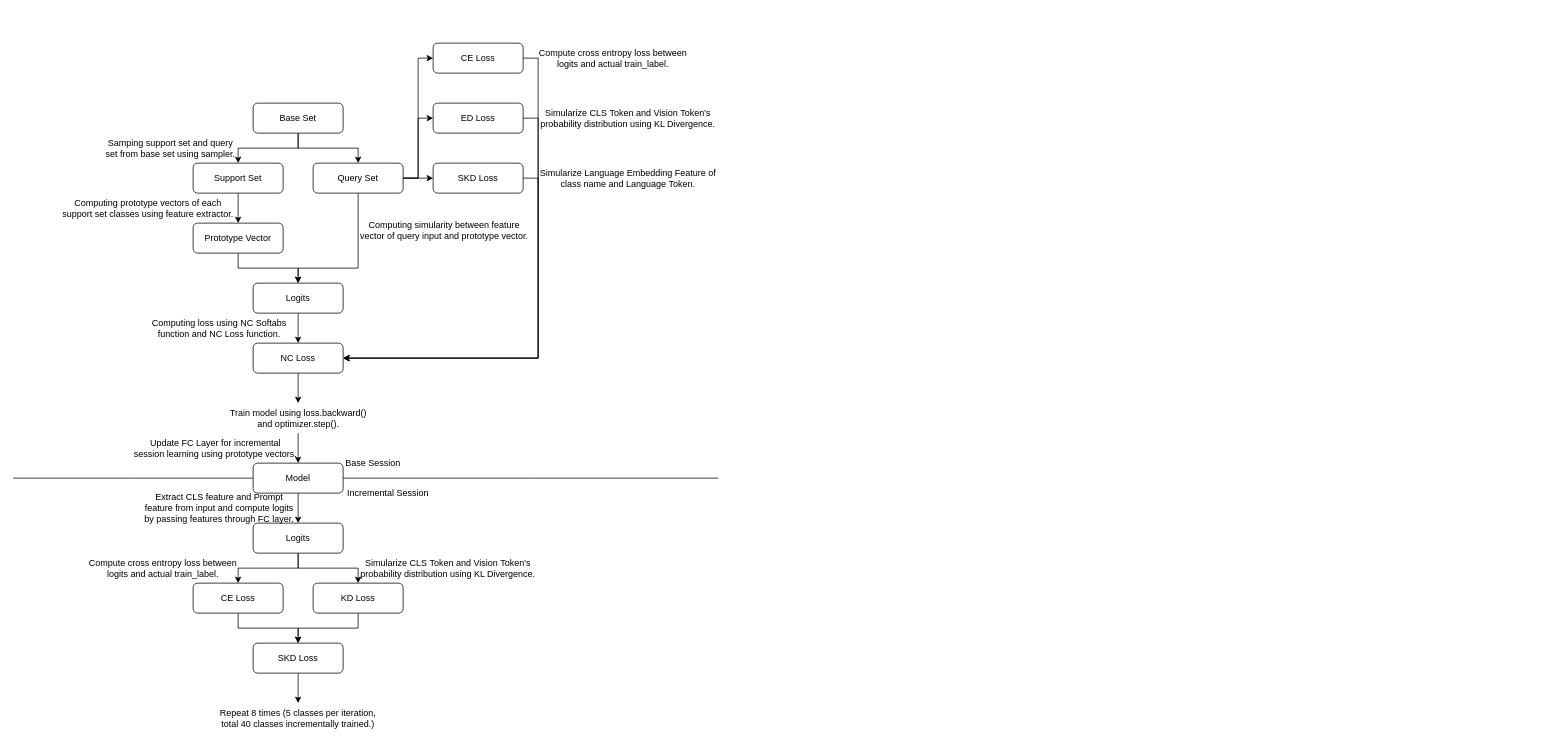
The draw.io diagram 제목 없는 다이어그램.drawio in jeong-ho-lee/projectClue, before the edit. Source tidied: cells renumbered, new cells numbered last; positions are measured from the earlier drawing's top-left corner, leaving out a move shared by most shapes. Both pictures are drawn from the tidied source at 75%, with x=0, y=0 at pixel (13, 43).
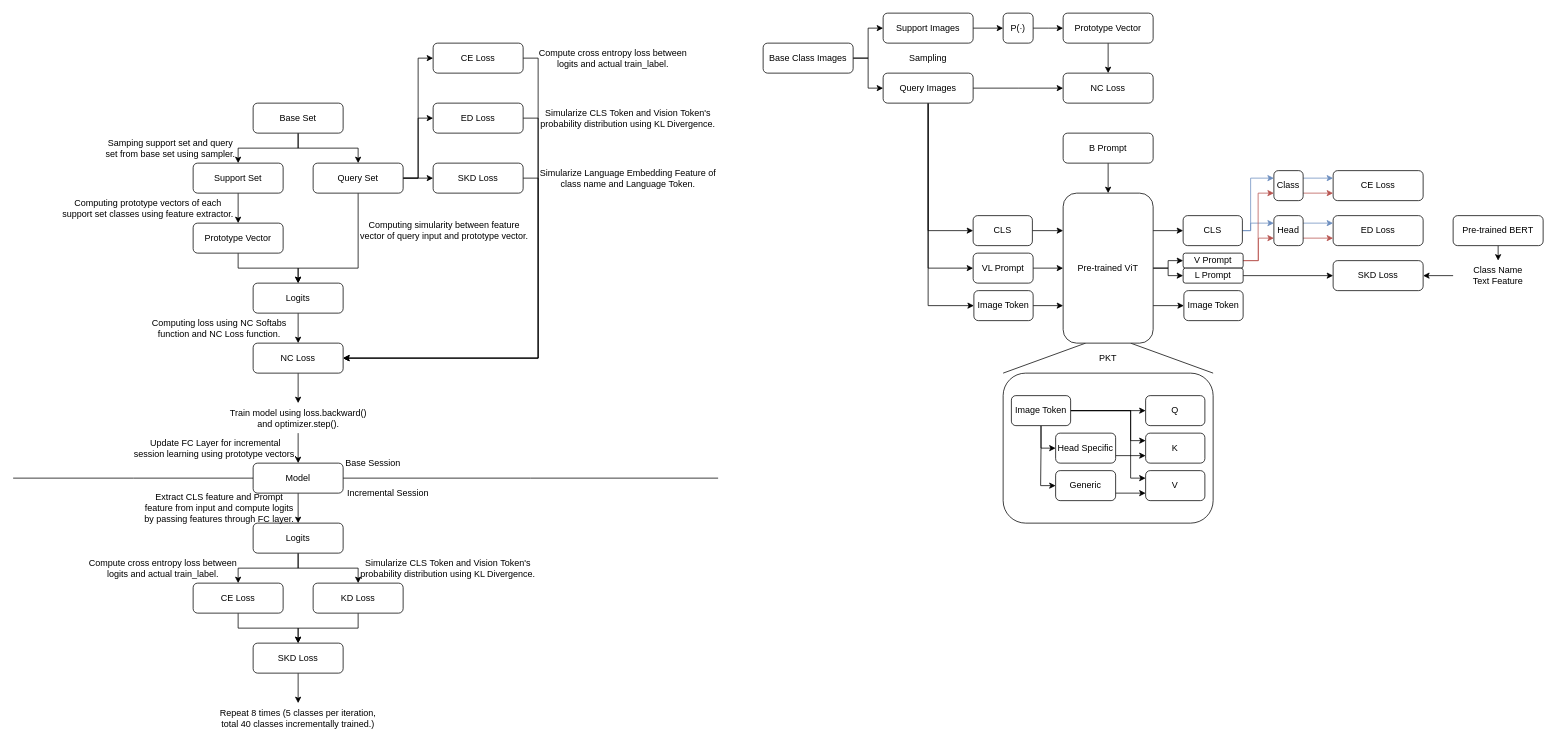
The same diagram, later.

Commit message:
제목 없는 다이어그램.drawio 업데이트

Change to the diagram source:
```diff
@@
+    <mxCell id="53" style="edgeStyle=orthogonalEdgeStyle;rounded=0;jettySize=auto;html=1;exitX=1;exitY=0.5;exitDx=0;exitDy=0;entryX=0;entryY=0.5;entryDx=0;entryDy=0;" parent="1" edge="1" source="55" target="57">
+      <mxGeometry relative="1" as="geometry" />
+    </mxCell>
+    <mxCell id="54" style="edgeStyle=orthogonalEdgeStyle;rounded=0;jettySize=auto;html=1;exitX=1;exitY=0.5;exitDx=0;exitDy=0;entryX=0;entryY=0.5;entryDx=0;entryDy=0;" parent="1" edge="1" source="55" target="62">
+      <mxGeometry relative="1" as="geometry" />
+    </mxCell>
+    <mxCell id="55" value="Base Class Images" style="rounded=1;whiteSpace=wrap;html=1;" parent="1" vertex="1">
+      <mxGeometry x="1000" width="120" height="40" as="geometry" />
+    </mxCell>
+    <mxCell id="56" style="edgeStyle=orthogonalEdgeStyle;rounded=0;jettySize=auto;html=1;exitX=1;exitY=0.5;exitDx=0;exitDy=0;entryX=0;entryY=0.5;entryDx=0;entryDy=0;" parent="1" edge="1" source="57" target="65">
+      <mxGeometry relative="1" as="geometry" />
+    </mxCell>
+    <mxCell id="57" value="Support Images" style="rounded=1;whiteSpace=wrap;html=1;" parent="1" vertex="1">
+      <mxGeometry x="1160" y="-40" width="120" height="40" as="geometry" />
+    </mxCell>
+    <mxCell id="58" style="edgeStyle=orthogonalEdgeStyle;rounded=0;jettySize=auto;html=1;exitX=1;exitY=0.5;exitDx=0;exitDy=0;" parent="1" edge="1" source="62">
+      <mxGeometry relative="1" as="geometry">
+        <mxPoint x="1400" y="60" as="targetPoint" />
+      </mxGeometry>
+    </mxCell>
+    <mxCell id="59" style="edgeStyle=orthogonalEdgeStyle;rounded=0;jettySize=auto;html=1;exitX=0.5;exitY=1;exitDx=0;exitDy=0;entryX=0;entryY=0.5;entryDx=0;entryDy=0;" parent="1" edge="1" source="62" target="77">
+      <mxGeometry relative="1" as="geometry" />
+    </mxCell>
+    <mxCell id="60" style="edgeStyle=orthogonalEdgeStyle;rounded=0;jettySize=auto;html=1;exitX=0.5;exitY=1;exitDx=0;exitDy=0;entryX=0;entryY=0.5;entryDx=0;entryDy=0;" parent="1" edge="1" source="62" target="81">
+      <mxGeometry relative="1" as="geometry" />
+    </mxCell>
+    <mxCell id="61" style="edgeStyle=orthogonalEdgeStyle;rounded=0;jettySize=auto;html=1;exitX=0.5;exitY=1;exitDx=0;exitDy=0;entryX=0;entryY=0.5;entryDx=0;entryDy=0;" parent="1" edge="1" source="62" target="79">
+      <mxGeometry relative="1" as="geometry" />
+    </mxCell>
+    <mxCell id="62" value="Query Images" style="rounded=1;whiteSpace=wrap;html=1;" parent="1" vertex="1">
+      <mxGeometry x="1160" y="40" width="120" height="40" as="geometry" />
+    </mxCell>
+    <mxCell id="63" value="Sampling" style="text;html=1;align=center;verticalAlign=middle;whiteSpace=wrap;rounded=0;" parent="1" vertex="1">
+      <mxGeometry x="1160" width="120" height="40" as="geometry" />
+    </mxCell>
+    <mxCell id="64" style="edgeStyle=orthogonalEdgeStyle;rounded=0;jettySize=auto;html=1;exitX=1;exitY=0.5;exitDx=0;exitDy=0;" parent="1" edge="1" source="65">
+      <mxGeometry relative="1" as="geometry">
+        <mxPoint x="1400" y="-20" as="targetPoint" />
+      </mxGeometry>
+    </mxCell>
+    <mxCell id="65" value="P(∙)" style="rounded=1;whiteSpace=wrap;html=1;" parent="1" vertex="1">
+      <mxGeometry x="1320" y="-40" width="40" height="40" as="geometry" />
+    </mxCell>
+    <mxCell id="66" style="edgeStyle=orthogonalEdgeStyle;rounded=0;jettySize=auto;html=1;exitX=0.5;exitY=1;exitDx=0;exitDy=0;entryX=0.5;entryY=0;entryDx=0;entryDy=0;" parent="1" edge="1" source="67" target="68">
+      <mxGeometry relative="1" as="geometry" />
+    </mxCell>
+    <mxCell id="67" value="Prototype Vector" style="rounded=1;whiteSpace=wrap;html=1;" parent="1" vertex="1">
+      <mxGeometry x="1400" y="-40" width="120" height="40" as="geometry" />
+    </mxCell>
+    <mxCell id="68" value="NC Loss" style="rounded=1;whiteSpace=wrap;html=1;" parent="1" vertex="1">
+      <mxGeometry x="1400" y="40" width="120" height="40" as="geometry" />
+    </mxCell>
+    <mxCell id="69" style="rounded=0;jettySize=auto;html=1;exitX=0.25;exitY=1;exitDx=0;exitDy=0;entryX=0;entryY=0;entryDx=0;entryDy=0;endArrow=none;endFill=0;" parent="1" edge="1" source="75" target="84">
+      <mxGeometry relative="1" as="geometry" />
+    </mxCell>
+    <mxCell id="70" style="rounded=0;jettySize=auto;html=1;exitX=0.75;exitY=1;exitDx=0;exitDy=0;entryX=1;entryY=0;entryDx=0;entryDy=0;endArrow=none;endFill=0;" parent="1" edge="1" source="75" target="84">
+      <mxGeometry relative="1" as="geometry" />
+    </mxCell>
+    <mxCell id="71" style="edgeStyle=orthogonalEdgeStyle;rounded=0;jettySize=auto;html=1;exitX=1;exitY=0.5;exitDx=0;exitDy=0;entryX=0;entryY=0.5;entryDx=0;entryDy=0;" parent="1" edge="1" source="75" target="105">
+      <mxGeometry relative="1" as="geometry" />
+    </mxCell>
+    <mxCell id="72" style="edgeStyle=orthogonalEdgeStyle;rounded=0;jettySize=auto;html=1;exitX=1;exitY=0.25;exitDx=0;exitDy=0;entryX=0;entryY=0.5;entryDx=0;entryDy=0;" parent="1" edge="1" source="75" target="101">
+      <mxGeometry relative="1" as="geometry" />
+    </mxCell>
+    <mxCell id="73" style="edgeStyle=orthogonalEdgeStyle;rounded=0;jettySize=auto;html=1;exitX=1;exitY=0.75;exitDx=0;exitDy=0;entryX=0;entryY=0.5;entryDx=0;entryDy=0;" parent="1" edge="1" source="75" target="102">
+      <mxGeometry relative="1" as="geometry" />
+    </mxCell>
+    <mxCell id="74" style="edgeStyle=orthogonalEdgeStyle;rounded=0;jettySize=auto;html=1;exitX=1;exitY=0.5;exitDx=0;exitDy=0;entryX=0;entryY=0.5;entryDx=0;entryDy=0;" parent="1" edge="1" source="75" target="112">
+      <mxGeometry relative="1" as="geometry" />
+    </mxCell>
+    <mxCell id="75" value="Pre-trained ViT" style="rounded=1;whiteSpace=wrap;html=1;" parent="1" vertex="1">
+      <mxGeometry x="1400" y="200" width="120" height="200" as="geometry" />
+    </mxCell>
+    <mxCell id="76" style="edgeStyle=orthogonalEdgeStyle;rounded=0;jettySize=auto;html=1;exitX=1;exitY=0.5;exitDx=0;exitDy=0;entryX=0;entryY=0.25;entryDx=0;entryDy=0;" parent="1" edge="1" source="77" target="75">
+      <mxGeometry relative="1" as="geometry" />
+    </mxCell>
+    <mxCell id="77" value="CLS" style="rounded=1;whiteSpace=wrap;html=1;" parent="1" vertex="1">
+      <mxGeometry x="1280" y="230" width="79" height="40" as="geometry" />
+    </mxCell>
+    <mxCell id="78" style="edgeStyle=orthogonalEdgeStyle;rounded=0;jettySize=auto;html=1;exitX=1;exitY=0.5;exitDx=0;exitDy=0;entryX=0;entryY=0.75;entryDx=0;entryDy=0;" parent="1" edge="1" source="79" target="75">
+      <mxGeometry relative="1" as="geometry" />
+    </mxCell>
+    <mxCell id="79" value="Image Token" style="rounded=1;whiteSpace=wrap;html=1;" parent="1" vertex="1">
+      <mxGeometry x="1281" y="330" width="79" height="40" as="geometry" />
+    </mxCell>
+    <mxCell id="80" style="edgeStyle=orthogonalEdgeStyle;rounded=0;jettySize=auto;html=1;exitX=1;exitY=0.5;exitDx=0;exitDy=0;entryX=0;entryY=0.5;entryDx=0;entryDy=0;" parent="1" edge="1" source="81" target="75">
+      <mxGeometry relative="1" as="geometry" />
+    </mxCell>
+    <mxCell id="81" value="VL Prompt" style="rounded=1;whiteSpace=wrap;html=1;" parent="1" vertex="1">
+      <mxGeometry x="1280" y="280" width="80" height="40" as="geometry" />
+    </mxCell>
+    <mxCell id="82" style="edgeStyle=orthogonalEdgeStyle;rounded=0;jettySize=auto;html=1;exitX=0.5;exitY=1;exitDx=0;exitDy=0;entryX=0.5;entryY=0;entryDx=0;entryDy=0;" parent="1" edge="1" source="83" target="75">
+      <mxGeometry relative="1" as="geometry" />
+    </mxCell>
+    <mxCell id="83" value="B Prompt" style="rounded=1;whiteSpace=wrap;html=1;" parent="1" vertex="1">
+      <mxGeometry x="1400" y="120" width="120" height="40" as="geometry" />
+    </mxCell>
+    <mxCell id="84" style="rounded=1;whiteSpace=wrap;html=1;" parent="1" vertex="1">
+      <mxGeometry x="1320" y="440" width="280" height="200" as="geometry" />
+    </mxCell>
+    <mxCell id="85" value="PKT" style="text;html=1;align=center;verticalAlign=middle;whiteSpace=wrap;rounded=0;" parent="1" vertex="1">
+      <mxGeometry x="1400" y="400" width="120" height="40" as="geometry" />
+    </mxCell>
+    <mxCell id="86" style="edgeStyle=orthogonalEdgeStyle;rounded=0;jettySize=auto;html=1;exitX=0.5;exitY=1;exitDx=0;exitDy=0;entryX=0;entryY=0.5;entryDx=0;entryDy=0;" parent="1" edge="1" source="91" target="93">
+      <mxGeometry relative="1" as="geometry">
+        <Array as="points">
+          <mxPoint x="1371" y="540" />
+        </Array>
+      </mxGeometry>
+    </mxCell>
+    <mxCell id="87" style="edgeStyle=orthogonalEdgeStyle;rounded=0;jettySize=auto;html=1;exitX=0.5;exitY=1;exitDx=0;exitDy=0;entryX=0;entryY=0.5;entryDx=0;entryDy=0;" parent="1" edge="1" source="91" target="95">
+      <mxGeometry relative="1" as="geometry" />
+    </mxCell>
+    <mxCell id="88" style="edgeStyle=orthogonalEdgeStyle;rounded=0;jettySize=auto;html=1;exitX=1;exitY=0.5;exitDx=0;exitDy=0;entryX=0;entryY=0.5;entryDx=0;entryDy=0;" parent="1" edge="1" source="91" target="96">
+      <mxGeometry relative="1" as="geometry" />
+    </mxCell>
+    <mxCell id="89" style="edgeStyle=orthogonalEdgeStyle;rounded=0;jettySize=auto;html=1;exitX=1;exitY=0.5;exitDx=0;exitDy=0;entryX=0;entryY=0.25;entryDx=0;entryDy=0;" parent="1" edge="1" source="91" target="97">
+      <mxGeometry relative="1" as="geometry">
+        <Array as="points">
+          <mxPoint x="1490" y="490" />
+          <mxPoint x="1490" y="530" />
+        </Array>
+      </mxGeometry>
+    </mxCell>
+    <mxCell id="90" style="edgeStyle=orthogonalEdgeStyle;rounded=0;jettySize=auto;html=1;exitX=1;exitY=0.5;exitDx=0;exitDy=0;entryX=0;entryY=0.25;entryDx=0;entryDy=0;" parent="1" edge="1" source="91" target="98">
+      <mxGeometry relative="1" as="geometry">
+        <Array as="points">
+          <mxPoint x="1490" y="490" />
+          <mxPoint x="1490" y="580" />
+        </Array>
+      </mxGeometry>
+    </mxCell>
+    <mxCell id="91" value="Image Token" style="rounded=1;whiteSpace=wrap;html=1;" parent="1" vertex="1">
+      <mxGeometry x="1331" y="470" width="79" height="40" as="geometry" />
+    </mxCell>
+    <mxCell id="92" style="edgeStyle=orthogonalEdgeStyle;rounded=0;jettySize=auto;html=1;exitX=1;exitY=0.75;exitDx=0;exitDy=0;entryX=0;entryY=0.75;entryDx=0;entryDy=0;" parent="1" edge="1" source="93" target="97">
+      <mxGeometry relative="1" as="geometry" />
+    </mxCell>
+    <mxCell id="93" value="Head Specific" style="rounded=1;whiteSpace=wrap;html=1;" parent="1" vertex="1">
+      <mxGeometry x="1390" y="520" width="80" height="40" as="geometry" />
+    </mxCell>
+    <mxCell id="94" style="edgeStyle=orthogonalEdgeStyle;rounded=0;jettySize=auto;html=1;exitX=1;exitY=0.75;exitDx=0;exitDy=0;entryX=0;entryY=0.75;entryDx=0;entryDy=0;" parent="1" edge="1" source="95" target="98">
+      <mxGeometry relative="1" as="geometry" />
+    </mxCell>
+    <mxCell id="95" value="Generic" style="rounded=1;whiteSpace=wrap;html=1;" parent="1" vertex="1">
+      <mxGeometry x="1390" y="570" width="80" height="40" as="geometry" />
+    </mxCell>
+    <mxCell id="96" value="Q" style="rounded=1;whiteSpace=wrap;html=1;" parent="1" vertex="1">
+      <mxGeometry x="1510" y="470" width="79" height="40" as="geometry" />
+    </mxCell>
+    <mxCell id="97" value="K" style="rounded=1;whiteSpace=wrap;html=1;" parent="1" vertex="1">
+      <mxGeometry x="1510" y="520" width="79" height="40" as="geometry" />
+    </mxCell>
+    <mxCell id="98" value="V" style="rounded=1;whiteSpace=wrap;html=1;" parent="1" vertex="1">
+      <mxGeometry x="1510" y="570" width="79" height="40" as="geometry" />
+    </mxCell>
+    <mxCell id="99" style="edgeStyle=orthogonalEdgeStyle;rounded=0;jettySize=auto;html=1;exitX=1;exitY=0.5;exitDx=0;exitDy=0;entryX=0;entryY=0.25;entryDx=0;entryDy=0;fillColor=#dae8fc;strokeColor=#6c8ebf;" parent="1" edge="1" source="101" target="120">
+      <mxGeometry relative="1" as="geometry">
+        <Array as="points">
+          <mxPoint x="1650" y="250" />
+          <mxPoint x="1650" y="180" />
+          <mxPoint x="1681" y="180" />
+        </Array>
+      </mxGeometry>
+    </mxCell>
+    <mxCell id="100" style="edgeStyle=orthogonalEdgeStyle;rounded=0;jettySize=auto;html=1;exitX=1;exitY=0.5;exitDx=0;exitDy=0;entryX=0;entryY=0.25;entryDx=0;entryDy=0;fillColor=#dae8fc;strokeColor=#6c8ebf;" parent="1" edge="1" source="101" target="117">
+      <mxGeometry relative="1" as="geometry">
+        <Array as="points">
+          <mxPoint x="1650" y="250" />
+          <mxPoint x="1650" y="240" />
+        </Array>
+      </mxGeometry>
+    </mxCell>
+    <mxCell id="101" value="CLS" style="rounded=1;whiteSpace=wrap;html=1;" parent="1" vertex="1">
+      <mxGeometry x="1560" y="230" width="79" height="40" as="geometry" />
+    </mxCell>
+    <mxCell id="102" value="Image Token" style="rounded=1;whiteSpace=wrap;html=1;" parent="1" vertex="1">
+      <mxGeometry x="1561" y="330" width="79" height="40" as="geometry" />
+    </mxCell>
+    <mxCell id="103" style="edgeStyle=orthogonalEdgeStyle;rounded=0;jettySize=auto;html=1;exitX=1;exitY=0.5;exitDx=0;exitDy=0;entryX=0;entryY=0.75;entryDx=0;entryDy=0;fillColor=#f8cecc;strokeColor=#b85450;" parent="1" edge="1" source="105" target="120">
+      <mxGeometry relative="1" as="geometry">
+        <Array as="points">
+          <mxPoint x="1660" y="290" />
+          <mxPoint x="1660" y="200" />
+          <mxPoint x="1681" y="200" />
+        </Array>
+      </mxGeometry>
+    </mxCell>
+    <mxCell id="104" style="edgeStyle=orthogonalEdgeStyle;rounded=0;jettySize=auto;html=1;exitX=1;exitY=0.5;exitDx=0;exitDy=0;entryX=0;entryY=0.75;entryDx=0;entryDy=0;fillColor=#f8cecc;strokeColor=#b85450;" parent="1" edge="1" source="105" target="117">
+      <mxGeometry relative="1" as="geometry" />
+    </mxCell>
+    <mxCell id="105" value="V Prompt" style="rounded=1;whiteSpace=wrap;html=1;" parent="1" vertex="1">
+      <mxGeometry x="1560" y="280" width="80" height="20" as="geometry" />
+    </mxCell>
+    <mxCell id="106" value="CE Loss" style="rounded=1;whiteSpace=wrap;html=1;" parent="1" vertex="1">
+      <mxGeometry x="1760" y="170" width="120" height="40" as="geometry" />
+    </mxCell>
+    <mxCell id="107" style="edgeStyle=orthogonalEdgeStyle;rounded=0;jettySize=auto;html=1;exitX=0.5;exitY=1;exitDx=0;exitDy=0;entryX=0.5;entryY=0;entryDx=0;entryDy=0;" parent="1" edge="1" source="108" target="110">
+      <mxGeometry relative="1" as="geometry" />
+    </mxCell>
+    <mxCell id="108" value="Pre-trained BERT" style="rounded=1;whiteSpace=wrap;html=1;" parent="1" vertex="1">
+      <mxGeometry x="1920" y="230" width="120" height="40" as="geometry" />
+    </mxCell>
+    <mxCell id="109" style="edgeStyle=orthogonalEdgeStyle;rounded=0;jettySize=auto;html=1;exitX=0;exitY=0.5;exitDx=0;exitDy=0;entryX=1;entryY=0.5;entryDx=0;entryDy=0;" parent="1" edge="1" source="110" target="113">
+      <mxGeometry relative="1" as="geometry" />
+    </mxCell>
+    <mxCell id="110" value="Class Name&lt;div&gt;Text Feature&lt;/div&gt;" style="text;html=1;align=center;verticalAlign=middle;whiteSpace=wrap;rounded=0;" parent="1" vertex="1">
+      <mxGeometry x="1920" y="290" width="120" height="40" as="geometry" />
+    </mxCell>
+    <mxCell id="111" style="edgeStyle=orthogonalEdgeStyle;rounded=0;jettySize=auto;html=1;exitX=1;exitY=0.5;exitDx=0;exitDy=0;entryX=0;entryY=0.5;entryDx=0;entryDy=0;" parent="1" edge="1" source="112" target="113">
+      <mxGeometry relative="1" as="geometry" />
+    </mxCell>
+    <mxCell id="112" value="L Prompt" style="rounded=1;whiteSpace=wrap;html=1;" parent="1" vertex="1">
+      <mxGeometry x="1560" y="300" width="80" height="20" as="geometry" />
+    </mxCell>
+    <mxCell id="113" value="SKD Loss" style="rounded=1;whiteSpace=wrap;html=1;" parent="1" vertex="1">
+      <mxGeometry x="1760" y="290" width="120" height="40" as="geometry" />
+    </mxCell>
+    <mxCell id="114" value="ED Loss" style="rounded=1;whiteSpace=wrap;html=1;" parent="1" vertex="1">
+      <mxGeometry x="1760" y="230" width="120" height="40" as="geometry" />
+    </mxCell>
+    <mxCell id="115" style="edgeStyle=orthogonalEdgeStyle;rounded=0;jettySize=auto;html=1;exitX=1;exitY=0.25;exitDx=0;exitDy=0;entryX=0;entryY=0.25;entryDx=0;entryDy=0;fillColor=#dae8fc;strokeColor=#6c8ebf;" parent="1" edge="1" source="117" target="114">
+      <mxGeometry relative="1" as="geometry" />
+    </mxCell>
+    <mxCell id="116" style="edgeStyle=orthogonalEdgeStyle;rounded=0;jettySize=auto;html=1;exitX=1;exitY=0.75;exitDx=0;exitDy=0;entryX=0;entryY=0.75;entryDx=0;entryDy=0;fillColor=#f8cecc;strokeColor=#b85450;" parent="1" edge="1" source="117" target="114">
+      <mxGeometry relative="1" as="geometry" />
+    </mxCell>
+    <mxCell id="117" value="Head" style="rounded=1;whiteSpace=wrap;html=1;" parent="1" vertex="1">
+      <mxGeometry x="1681" y="230" width="39" height="40" as="geometry" />
+    </mxCell>
+    <mxCell id="118" style="edgeStyle=orthogonalEdgeStyle;rounded=0;jettySize=auto;html=1;exitX=1;exitY=0.25;exitDx=0;exitDy=0;entryX=0;entryY=0.25;entryDx=0;entryDy=0;fillColor=#dae8fc;strokeColor=#6c8ebf;" parent="1" edge="1" source="120" target="106">
+      <mxGeometry relative="1" as="geometry" />
+    </mxCell>
+    <mxCell id="119" style="edgeStyle=orthogonalEdgeStyle;rounded=0;jettySize=auto;html=1;exitX=1;exitY=0.75;exitDx=0;exitDy=0;entryX=0;entryY=0.75;entryDx=0;entryDy=0;fillColor=#f8cecc;strokeColor=#b85450;" parent="1" edge="1" source="120" target="106">
+      <mxGeometry relative="1" as="geometry" />
+    </mxCell>
+    <mxCell id="120" value="Class" style="rounded=1;whiteSpace=wrap;html=1;" parent="1" vertex="1">
+      <mxGeometry x="1681" y="170" width="39" height="40" as="geometry" />
+    </mxCell>
```
